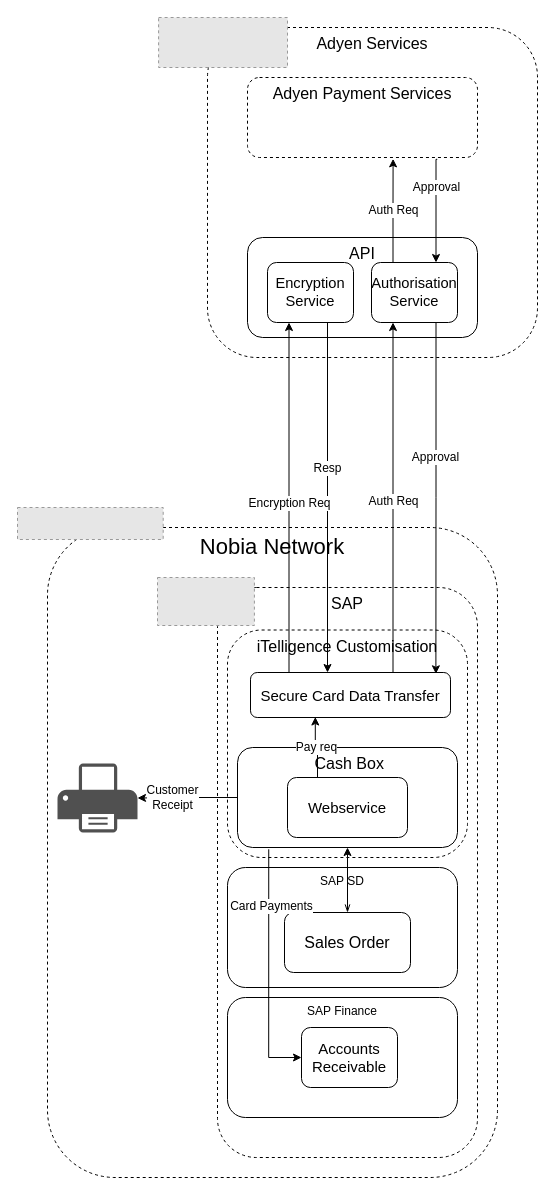
Before: page "Card - Webservice" (2 of 7) of Adyen Details.drawio in mrf742002/Diagrams, a draw.io diagram. Source tidied: cells renumbered, new cells numbered last; positions are measured from the earlier drawing's top-left corner, leaving out a move shared by most shapes. Both pictures are drawn from the tidied source at 100%, with x=0, y=0 at pixel (17, 17). Pictures stored in the file or linked from it are replaced by grey dashed boxes.
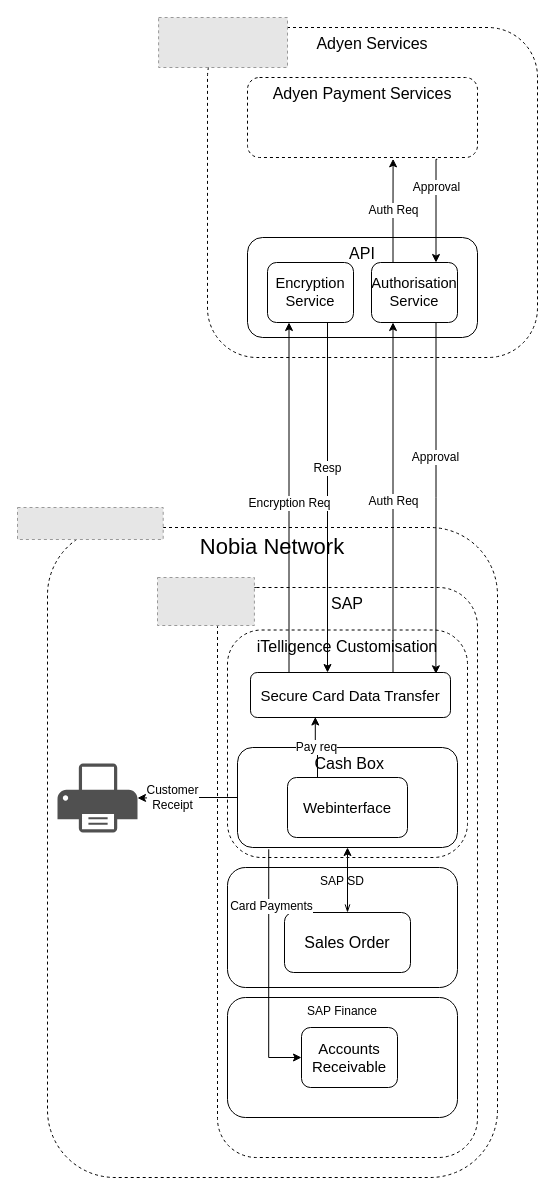
Above is the later version.

What changed in the source:
```diff
@@
-    <mxCell id="10" value="Webservice" style="rounded=1;whiteSpace=wrap;html=1;fontSize=15;" parent="1" vertex="1">
+    <mxCell id="10" value="Webinterface" style="rounded=1;whiteSpace=wrap;html=1;fontSize=15;" parent="1" vertex="1">
       <mxGeometry x="270" y="760" width="120" height="60" as="geometry" />
     </mxCell>
```
